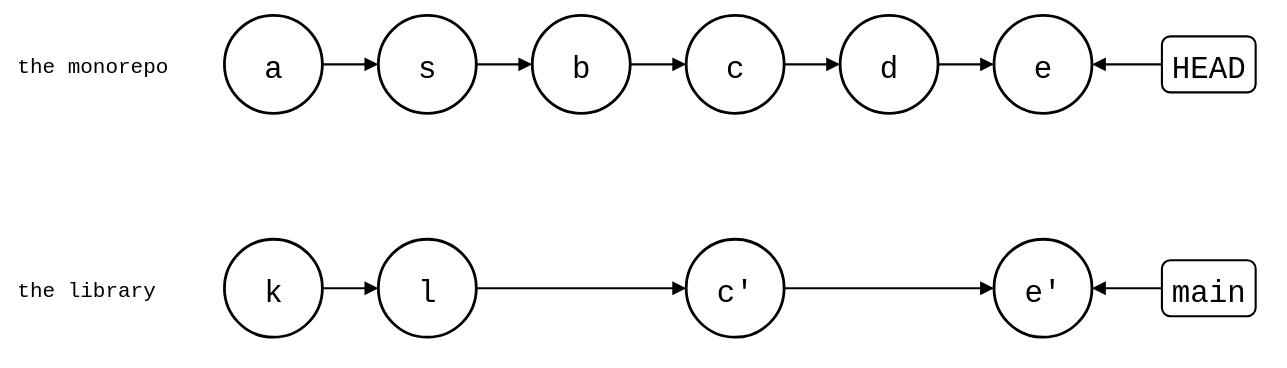
Above: test/comparisons/git-subtree-splice.drawio.svg in roschaefer/git-splice (draw.io), before the change. Source tidied: cells renumbered, new cells last; positions are measured from the earlier drawing's top-left corner, leaving out a move shared by most shapes.
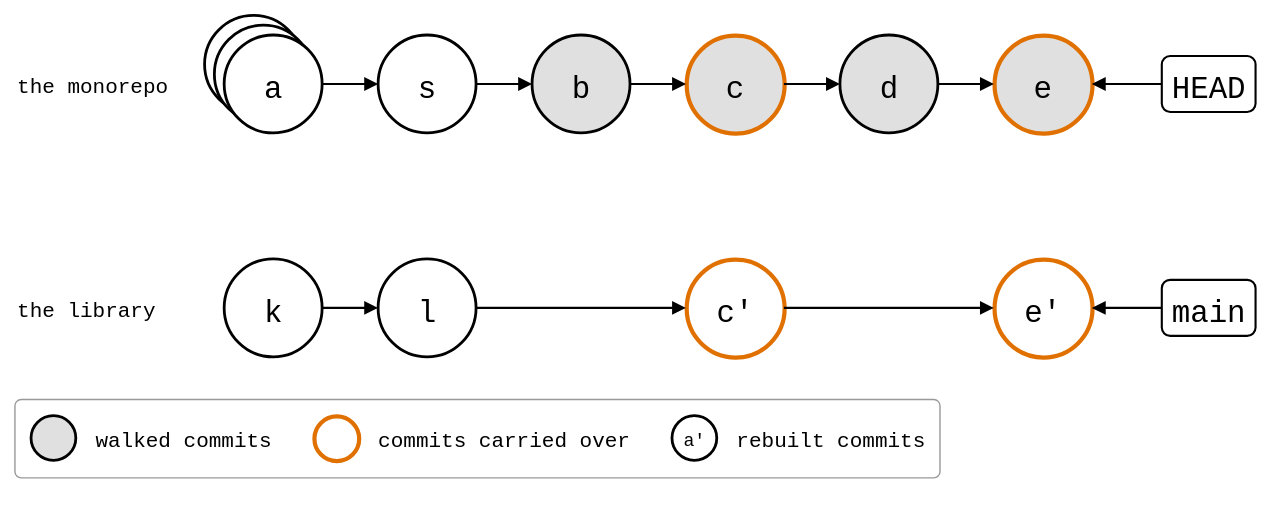
Later version of the same file.

Diff of the diagram source:
```diff
@@ -8,22 +8,28 @@
     <mxCell id="3" value="the library" style="text;strokeColor=none;fillColor=none;align=left;verticalAlign=middle;fontSize=15;fontFamily=Roboto Mono,monospace;" parent="1" vertex="1">
       <mxGeometry y="180" width="130" height="30" as="geometry" />
     </mxCell>
+    <mxCell id="26" style="shape=ellipse;strokeWidth=2;fontSize=22;fontFamily=Roboto Mono,monospace;" parent="1" vertex="1">
+      <mxGeometry x="136" y="-14" width="70" height="70" as="geometry" />
+    </mxCell>
+    <mxCell id="27" style="shape=ellipse;strokeWidth=2;fontSize=22;fontFamily=Roboto Mono,monospace;" parent="1" vertex="1">
+      <mxGeometry x="143" y="-7" width="70" height="70" as="geometry" />
+    </mxCell>
     <mxCell id="4" value="a" style="ellipse;strokeWidth=2;fontSize=22;fontFamily=Roboto Mono,monospace;" parent="1" vertex="1">
       <mxGeometry x="150" width="70" height="70" as="geometry" />
     </mxCell>
     <mxCell id="5" value="s" style="ellipse;strokeWidth=2;fontSize=22;fontFamily=Roboto Mono,monospace;" parent="1" vertex="1">
       <mxGeometry x="260" width="70" height="70" as="geometry" />
     </mxCell>
-    <mxCell id="6" value="b" style="ellipse;strokeWidth=2;fontSize=22;fontFamily=Roboto Mono,monospace;" parent="1" vertex="1">
+    <mxCell id="6" value="b" style="ellipse;fontSize=22;fontFamily=Roboto Mono,monospace;strokeWidth=2;fillColor=#E0E0E0;" parent="1" vertex="1">
       <mxGeometry x="370" width="70" height="70" as="geometry" />
     </mxCell>
-    <mxCell id="7" value="c" style="ellipse;strokeWidth=2;fontSize=22;fontFamily=Roboto Mono,monospace;" parent="1" vertex="1">
+    <mxCell id="7" value="c" style="ellipse;fontSize=22;fontFamily=Roboto Mono,monospace;fillColor=#E0E0E0;strokeColor=#E07000;strokeWidth=3;" parent="1" vertex="1">
       <mxGeometry x="480" width="70" height="70" as="geometry" />
     </mxCell>
-    <mxCell id="8" value="d" style="ellipse;strokeWidth=2;fontSize=22;fontFamily=Roboto Mono,monospace;" parent="1" vertex="1">
+    <mxCell id="8" value="d" style="ellipse;fontSize=22;fontFamily=Roboto Mono,monospace;strokeWidth=2;fillColor=#E0E0E0;" parent="1" vertex="1">
       <mxGeometry x="590" width="70" height="70" as="geometry" />
     </mxCell>
-    <mxCell id="9" value="e" style="ellipse;strokeWidth=2;fontSize=22;fontFamily=Roboto Mono,monospace;" parent="1" vertex="1">
+    <mxCell id="9" value="e" style="ellipse;fontSize=22;fontFamily=Roboto Mono,monospace;fillColor=#E0E0E0;strokeColor=#E07000;strokeWidth=3;" parent="1" vertex="1">
       <mxGeometry x="700" width="70" height="70" as="geometry" />
     </mxCell>
     <mxCell id="10" value="k" style="ellipse;strokeWidth=2;fontSize=22;fontFamily=Roboto Mono,monospace;" parent="1" vertex="1">
@@ -32,10 +38,10 @@
     <mxCell id="11" value="l" style="ellipse;strokeWidth=2;fontSize=22;fontFamily=Roboto Mono,monospace;" parent="1" vertex="1">
       <mxGeometry x="260" y="160" width="70" height="70" as="geometry" />
     </mxCell>
-    <mxCell id="12" value="c'" style="ellipse;strokeWidth=2;fontSize=22;fontFamily=Roboto Mono,monospace;" parent="1" vertex="1">
+    <mxCell id="12" value="c'" style="ellipse;fontSize=22;fontFamily=Roboto Mono,monospace;strokeColor=#E07000;strokeWidth=3;" parent="1" vertex="1">
       <mxGeometry x="480" y="160" width="70" height="70" as="geometry" />
     </mxCell>
-    <mxCell id="13" value="e'" style="ellipse;strokeWidth=2;fontSize=22;fontFamily=Roboto Mono,monospace;" parent="1" vertex="1">
+    <mxCell id="13" value="e'" style="ellipse;fontSize=22;fontFamily=Roboto Mono,monospace;strokeColor=#E07000;strokeWidth=3;" parent="1" vertex="1">
       <mxGeometry x="700" y="160" width="70" height="70" as="geometry" />
     </mxCell>
     <mxCell id="14" value="HEAD" style="rounded=1;strokeWidth=1.5;fontSize=22;fontFamily=Roboto Mono,monospace;" parent="1" vertex="1">
@@ -74,5 +80,26 @@
     <mxCell id="25" style="endArrow=block;endFill=1;html=1;strokeWidth=1.5;rounded=0;" parent="1" edge="1" source="12" target="13">
       <mxGeometry relative="1" as="geometry" />
     </mxCell>
+    <mxCell id="28" style="rounded=1;arcSize=8;fillColor=none;strokeColor=#999999;strokeWidth=1;legend=1;" parent="1" vertex="1">
+      <mxGeometry y="260" width="661" height="56" as="geometry" />
+    </mxCell>
+    <mxCell id="29" style="ellipse;fontSize=13;fontFamily=Roboto Mono,monospace;strokeWidth=2;fillColor=#E0E0E0;" parent="28" vertex="1">
+      <mxGeometry x="12" y="12" width="32" height="32" as="geometry" />
+    </mxCell>
+    <mxCell id="30" value="walked commits" style="text;align=left;verticalAlign=middle;fontSize=15;fontFamily=Roboto Mono,monospace;" parent="28" vertex="1">
+      <mxGeometry x="56" y="12" width="126" height="32" as="geometry" />
+    </mxCell>
+    <mxCell id="31" style="ellipse;fontSize=13;fontFamily=Roboto Mono,monospace;strokeColor=#E07000;strokeWidth=3;" parent="28" vertex="1">
+      <mxGeometry x="214" y="12" width="32" height="32" as="geometry" />
+    </mxCell>
+    <mxCell id="32" value="commits carried over" style="text;align=left;verticalAlign=middle;fontSize=15;fontFamily=Roboto Mono,monospace;" parent="28" vertex="1">
+      <mxGeometry x="258" y="12" width="180" height="32" as="geometry" />
+    </mxCell>
+    <mxCell id="33" value="a'" style="ellipse;fontSize=13;fontFamily=Roboto Mono,monospace;strokeWidth=2;" parent="28" vertex="1">
+      <mxGeometry x="470" y="12" width="32" height="32" as="geometry" />
+    </mxCell>
+    <mxCell id="34" value="rebuilt commits" style="text;align=left;verticalAlign=middle;fontSize=15;fontFamily=Roboto Mono,monospace;" parent="28" vertex="1">
+      <mxGeometry x="514" y="12" width="135" height="32" as="geometry" />
+    </mxCell>
   </root>
 </mxGraphModel>
```
